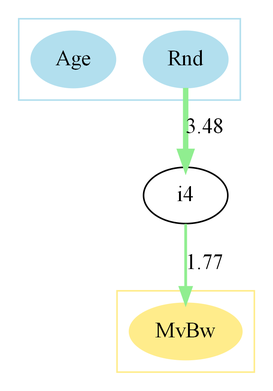
Above: reflex.tmp.gv.png in rlsn/genetic-CA (Graphviz), before the change. Its source is kept beside it as reflex.tmp.gv.
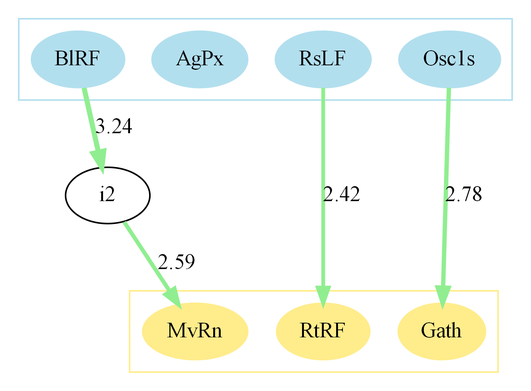
The same file after the commit.

Change to the diagram source:
```diff
@@ -3,14 +3,20 @@
 	subgraph cluster_0 {
 		node [color=lightblue2 style=filled]
 		color=lightblue2
-		Rnd
-		Age
+		BlRF
+		RsLF
+		AgPx
+		Osc1s
 	}
 	subgraph cluster_1 {
 		node [color=lightgoldenrod1 style=filled]
 		color=lightgoldenrod1
-		MvBw
+		RtRF
+		Gath
+		MvRn
 	}
-	Rnd -> i4 [label=3.48 color=lightgreen penwidth=3.482421875]
-	i4 -> MvBw [label=1.77 color=lightgreen penwidth=1.7689208984375]
+	RsLF -> RtRF [label=2.42 color=lightgreen penwidth=2.417236328125]
+	Osc1s -> Gath [label=2.78 color=lightgreen penwidth=2.77587890625]
+	BlRF -> i2 [label=3.24 color=lightgreen penwidth=3.2393798828125]
+	i2 -> MvRn [label=2.59 color=lightgreen penwidth=2.5860595703125]
 }
```
